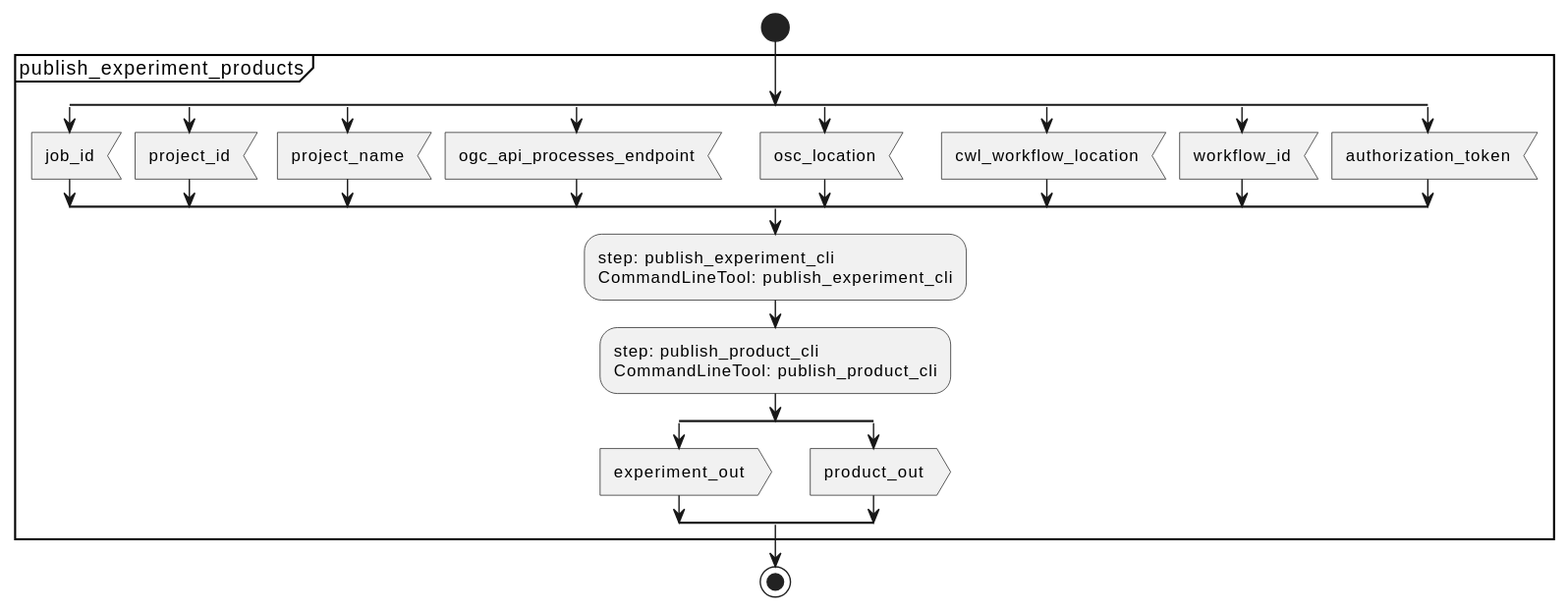
Above: docs/c4/components/workflow/publish_experiment_products/activity.svg in Terradue/osc-client (PlantUML), before the change. Source of this version:
```plantuml
@startuml

start





group publish_experiment_products

split

    :job_id; <<input>>
split again

    :project_id; <<input>>
split again

    :project_name; <<input>>
split again

    :ogc_api_processes_endpoint; <<input>>
split again

    :osc_location; <<input>>
split again

    :cwl_workflow_location; <<input>>
split again

    :workflow_id; <<input>>
split again

    :authorization_token; <<input>>
end split







:step: publish_experiment_cli
CommandLineTool: publish_experiment_cli;








:step: publish_product_cli
CommandLineTool: publish_product_cli;





split

    :experiment_out; <<output>>
split again

    :product_out; <<output>>
end split


end group


stop
@enduml
```
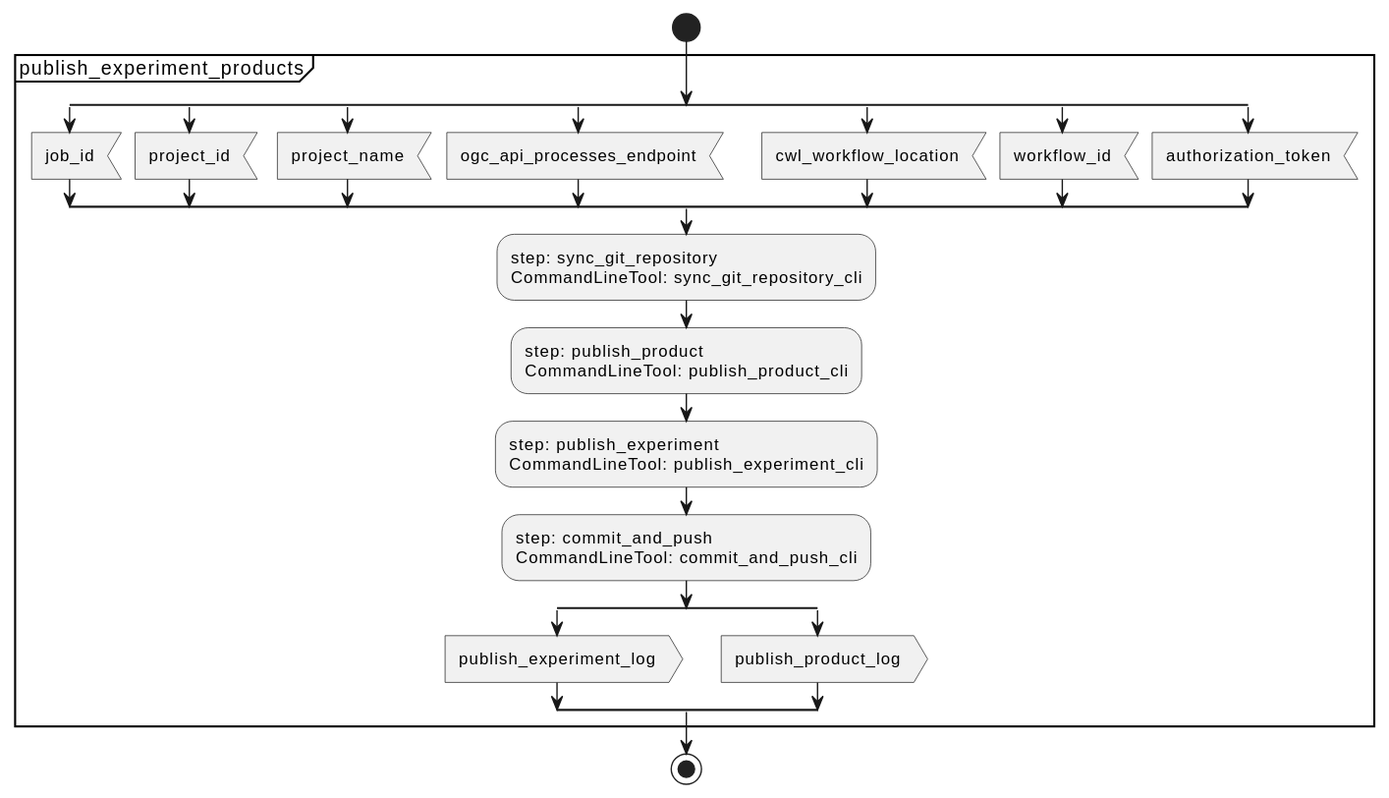
The same diagram one commit later.

What changed in the source:
```diff
@@ -22,9 +22,6 @@
     :ogc_api_processes_endpoint; <<input>>
 split again
 
-    :osc_location; <<input>>
-split again
-
     :cwl_workflow_location; <<input>>
 split again
 
@@ -40,7 +37,27 @@
 
 
 
-:step: publish_experiment_cli
+:step: sync_git_repository
+CommandLineTool: sync_git_repository_cli;
+
+
+
+
+
+
+
+
+:step: publish_product
+CommandLineTool: publish_product_cli;
+
+
+
+
+
+
+
+
+:step: publish_experiment
 CommandLineTool: publish_experiment_cli;
 
 
@@ -50,8 +67,8 @@
 
 
 
-:step: publish_product_cli
-CommandLineTool: publish_product_cli;
+:step: commit_and_push
+CommandLineTool: commit_and_push_cli;
 
 
 
@@ -59,10 +76,10 @@
 
 split
 
-    :experiment_out; <<output>>
+    :publish_experiment_log; <<output>>
 split again
 
-    :product_out; <<output>>
+    :publish_product_log; <<output>>
 end split
 
 
```
